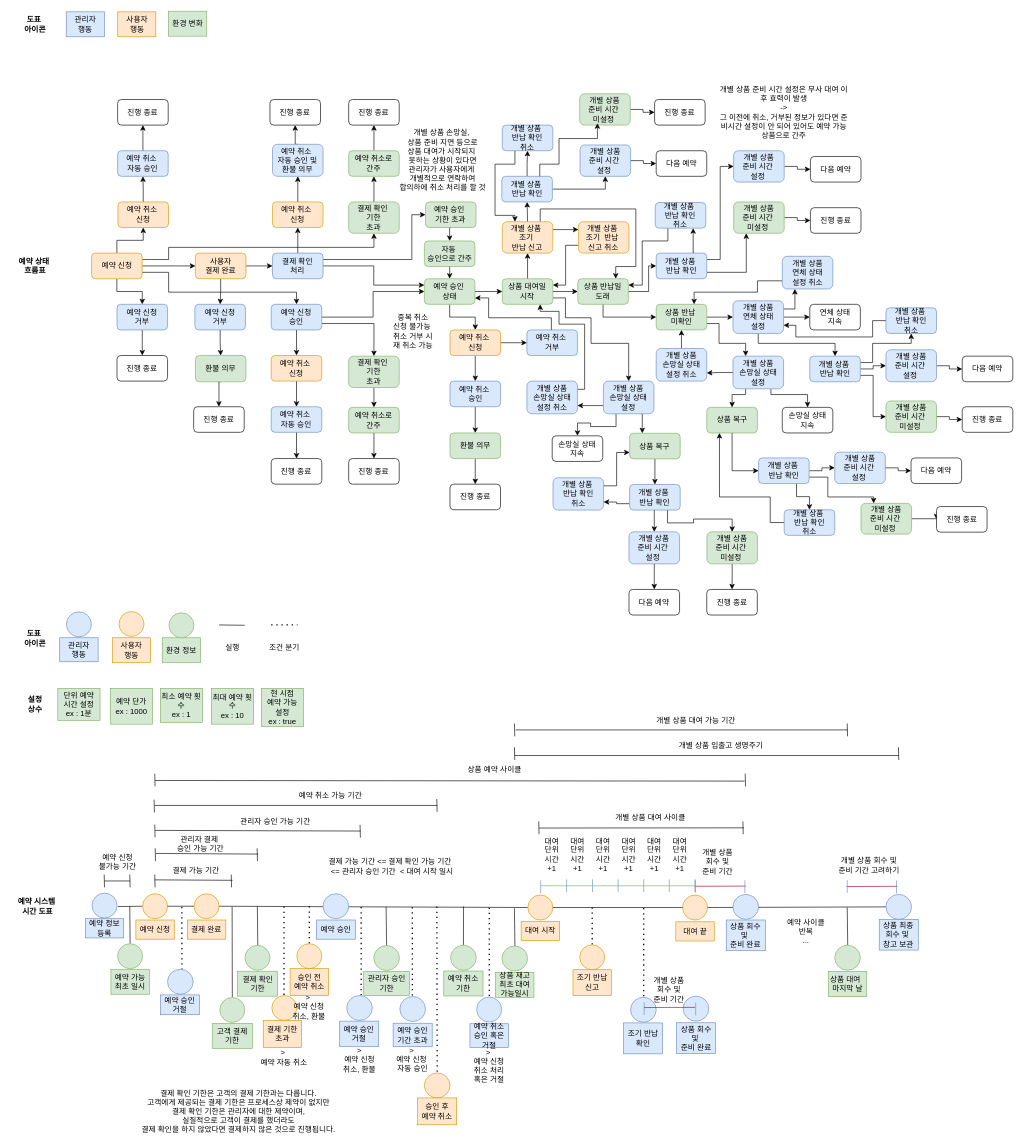
This is module-service-rental-reservation/external_files/logic/Reservation.drawio from RaillyLinker/Kotlin_SpringbootMvc_Template, a draw.io file, before an edit. Source tidied: cells renumbered, new cells numbered last; positions are measured from the earlier drawing's top-left corner, leaving out a move shared by most shapes. Both pictures are drawn from the tidied source at 64%, with x=0, y=0 at pixel (11, 11).
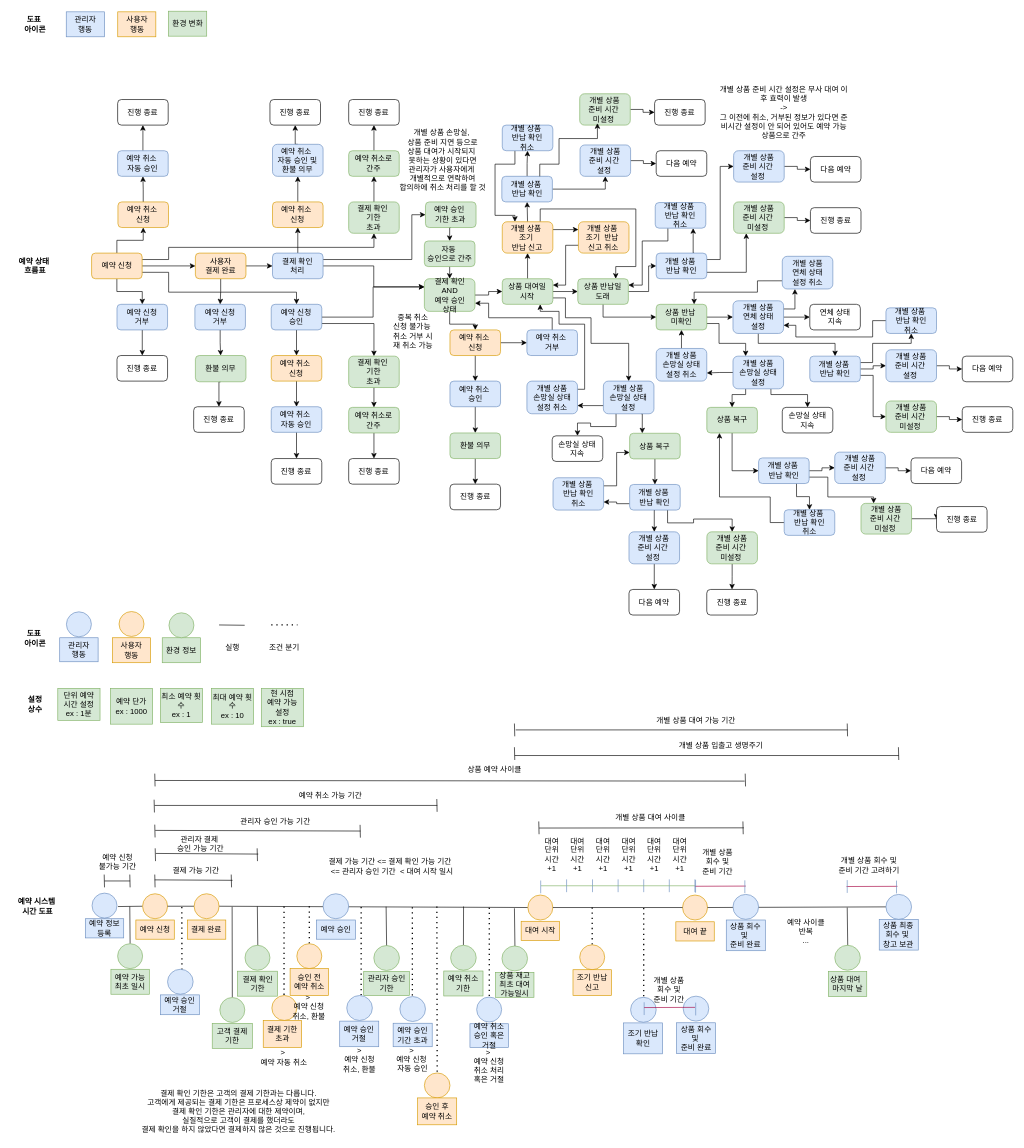
The same diagram, later.

Commit message:
docs : 설계 자료 수정

Unchanged cells that the change refers to:
```xml
<mxCell id="157" value="예약 신청&lt;div&gt;승인&lt;/div&gt;" style="rounded=1;whiteSpace=wrap;html=1;fillColor=#dae8fc;strokeColor=#6c8ebf;" parent="1" vertex="1">
  <mxGeometry x="406.3" y="458" width="79" height="40" as="geometry" />
</mxCell>
```

Change to the diagram source:
```diff
@@
-    <mxCell id="156" style="edgeStyle=orthogonalEdgeStyle;rounded=0;jettySize=auto;html=1;exitX=1;exitY=0.5;exitDx=0;exitDy=0;entryX=0;entryY=0.5;entryDx=0;entryDy=0;" parent="1" edge="1" source="157" target="196">
+    <mxCell id="156" style="edgeStyle=orthogonalEdgeStyle;rounded=0;jettySize=auto;html=1;exitX=1;exitY=0.5;exitDx=0;exitDy=0;entryX=0;entryY=0.25;entryDx=0;entryDy=0;" parent="1" edge="1" source="157" target="196">
       <mxGeometry relative="1" as="geometry" />
     </mxCell>
@@
-    <mxCell id="196" value="예약 승인&amp;nbsp;&lt;div&gt;상태&lt;/div&gt;" style="rounded=1;whiteSpace=wrap;html=1;fillColor=#d5e8d4;strokeColor=#82b366;" parent="1" vertex="1">
-      <mxGeometry x="645.6" y="418" width="79" height="40" as="geometry" />
+    <mxCell id="196" value="결제 확인&lt;div&gt;AND&lt;/div&gt;&lt;div&gt;예약 승인&lt;/div&gt;&lt;div&gt;상태&lt;/div&gt;" style="rounded=1;whiteSpace=wrap;html=1;fillColor=#d5e8d4;strokeColor=#82b366;" parent="1" vertex="1">
+      <mxGeometry x="645.6" y="418" width="79" height="51" as="geometry" />
     </mxCell>
```
